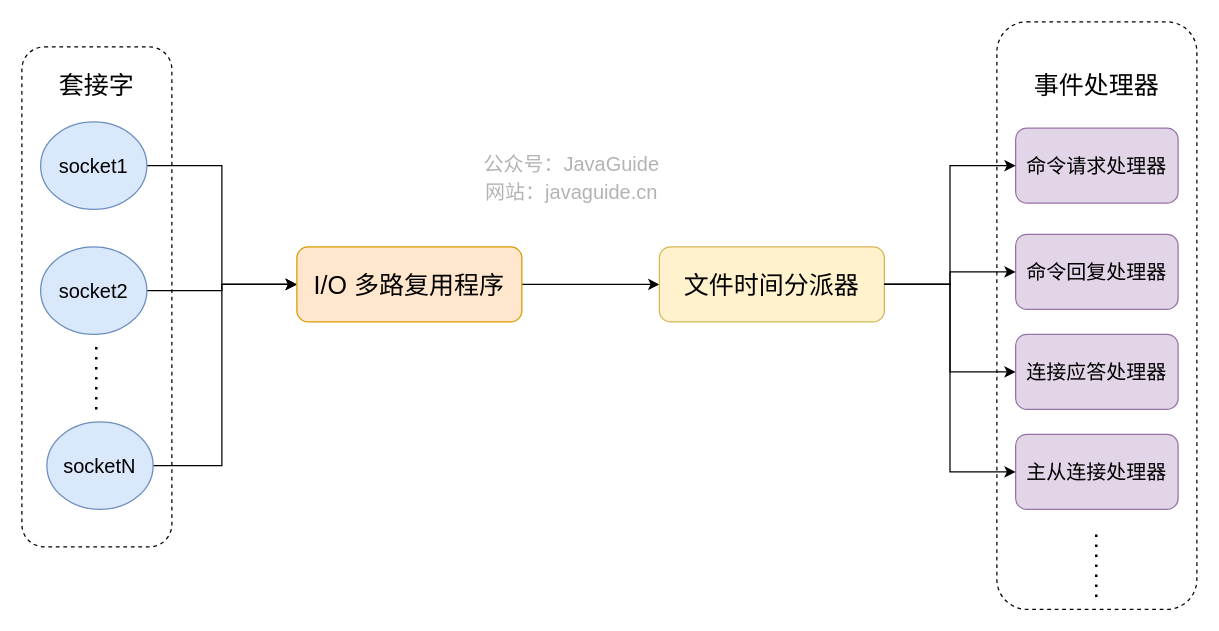
The draw.io diagram docs/database/redis/images/redis-event-handler.drawio in Snailclimb/JavaGuide, before the edit. Source tidied: cells renumbered, new cells numbered last; positions are measured from the earlier drawing's top-left corner, leaving out a move shared by most shapes. Both pictures are drawn from the tidied source at 125%, with x=0, y=0 at pixel (21, 21).
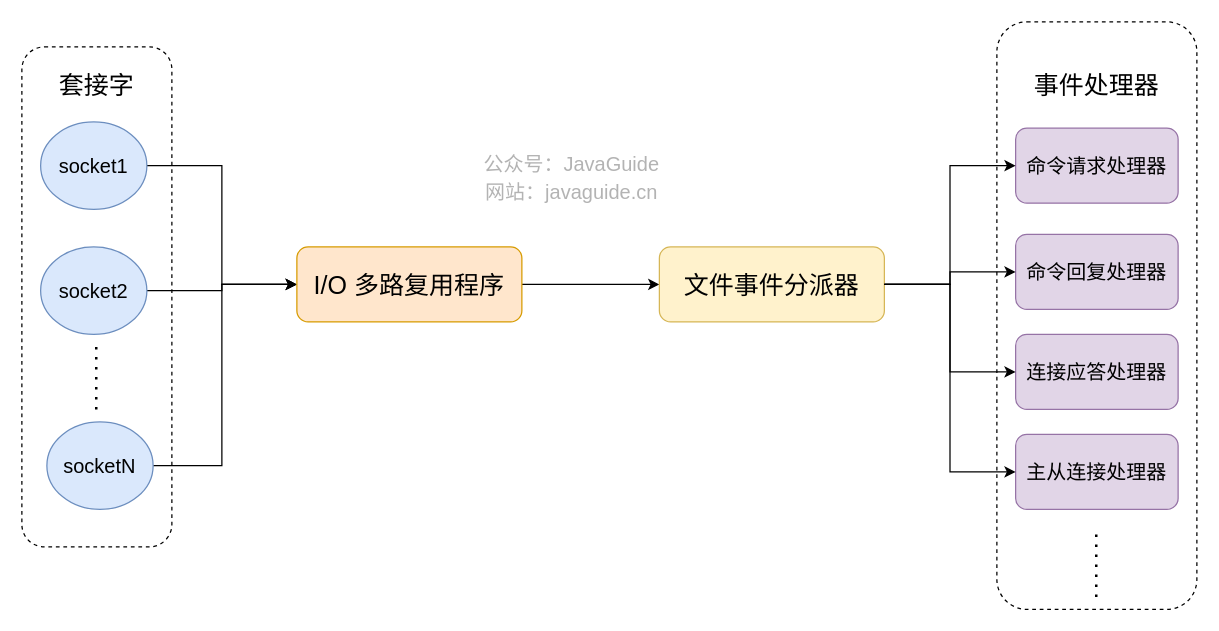
After the change.

Change to the diagram source:
```diff
@@
-    <mxCell id="13" value="文件时间分派器" style="rounded=1;whiteSpace=wrap;html=1;fontSize=20;fillColor=#fff2cc;strokeColor=#d6b656;" parent="1" vertex="1">
+    <mxCell id="13" value="文件事件分派器" style="rounded=1;whiteSpace=wrap;html=1;fontSize=20;fillColor=#fff2cc;strokeColor=#d6b656;" parent="1" vertex="1">
       <mxGeometry x="510" y="180" width="180" height="60" as="geometry" />
     </mxCell>
```
